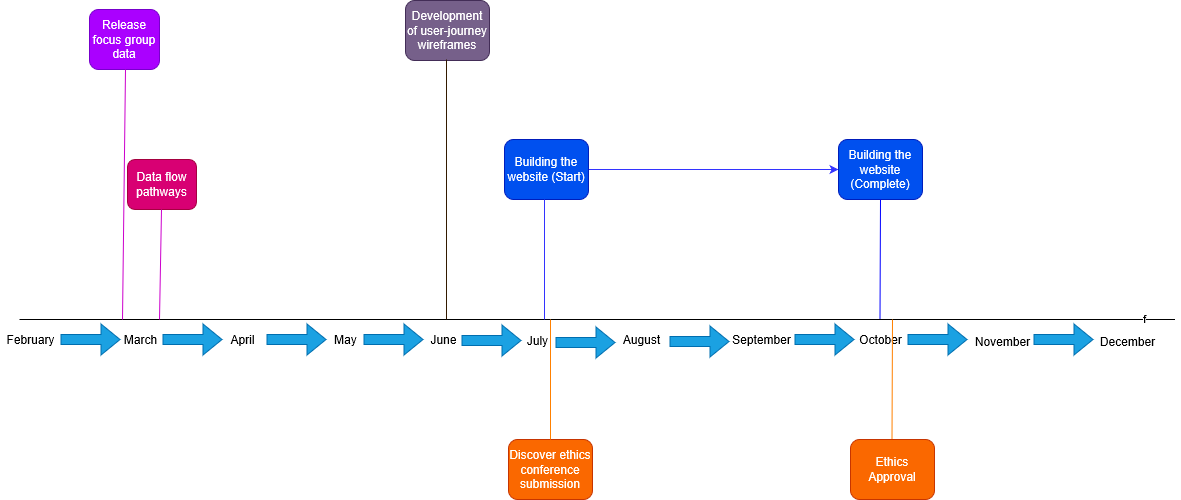
alan-turing-institute/AutisticaCitizenScience keeps this draw.io diagram as project-management/Copy of Demo Timeline.png. Above is the earlier version. Source tidied: cells renumbered, new cells last; positions are measured from the earlier drawing's top-left corner, leaving out a move shared by most shapes.
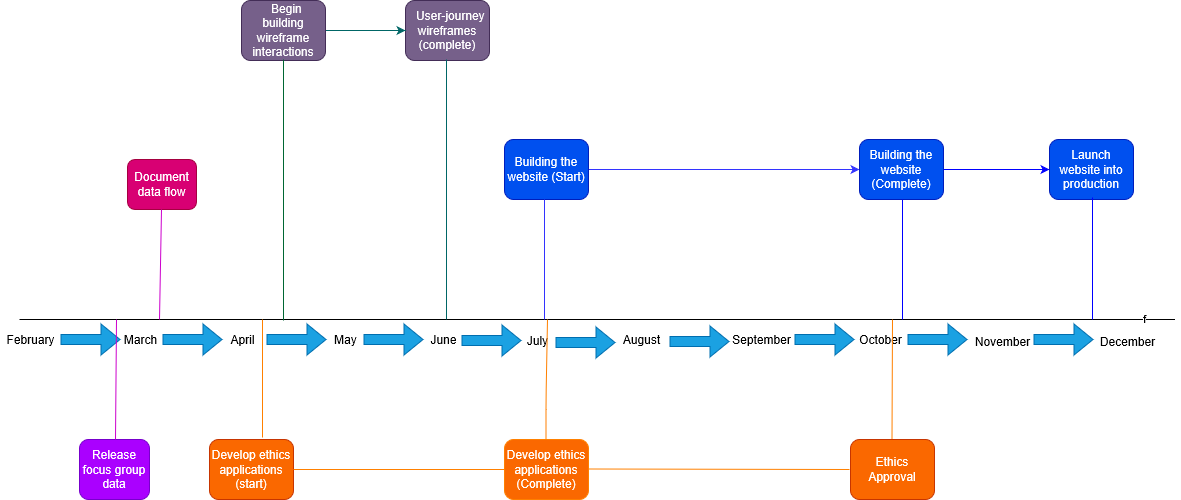
The same diagram one commit later.

Change to the diagram source:
```diff
@@ -120,15 +120,15 @@
       </mxGeometry>
     </mxCell>
     <mxCell id="24" value="Release focus group data" style="rounded=1;whiteSpace=wrap;html=1;fillColor=#aa00ff;strokeColor=#7700CC;fontColor=#ffffff;" parent="1" vertex="1">
-      <mxGeometry x="89" y="9" width="70" height="60" as="geometry" />
+      <mxGeometry x="79" y="439" width="70" height="60" as="geometry" />
     </mxCell>
     <mxCell id="25" style="endArrow=none;html=1;strokeColor=#CC00CC;" parent="1" edge="1">
       <mxGeometry relative="1" as="geometry">
-        <mxPoint x="122" y="319" as="sourcePoint" />
-        <mxPoint x="125" y="69" as="targetPoint" />
+        <mxPoint x="115" y="439" as="sourcePoint" />
+        <mxPoint x="116" y="319" as="targetPoint" />
       </mxGeometry>
     </mxCell>
-    <mxCell id="26" value="Data flow pathways" style="rounded=1;whiteSpace=wrap;html=1;fillColor=#d80073;strokeColor=#A50040;fontColor=#ffffff;" parent="1" vertex="1">
+    <mxCell id="26" value="Document data flow" style="rounded=1;whiteSpace=wrap;html=1;fillColor=#d80073;strokeColor=#A50040;fontColor=#ffffff;" parent="1" vertex="1">
       <mxGeometry x="127" y="159" width="69" height="50" as="geometry" />
     </mxCell>
     <mxCell id="27" style="endArrow=none;html=1;strokeColor=#CC00CC;" parent="1" edge="1">
@@ -137,35 +137,45 @@
         <mxPoint x="161" y="209" as="targetPoint" />
       </mxGeometry>
     </mxCell>
-    <mxCell id="28" value="Development of user-journey wireframes" style="rounded=1;whiteSpace=wrap;html=1;fillColor=#76608a;strokeColor=#432D57;fontColor=#ffffff;" parent="1" vertex="1">
+    <mxCell id="28" value="&amp;nbsp; User-journey wireframes (complete)" style="rounded=1;whiteSpace=wrap;html=1;fillColor=#76608a;strokeColor=#432D57;fontColor=#ffffff;" parent="1" vertex="1">
       <mxGeometry x="405" width="84" height="60" as="geometry" />
     </mxCell>
+    <mxCell id="39" style="edgeStyle=orthogonalEdgeStyle;rounded=0;jettySize=auto;html=1;strokeColor=#006666;" parent="1" edge="1" source="40" target="28">
+      <mxGeometry relative="1" as="geometry" />
+    </mxCell>
+    <mxCell id="40" value="&amp;nbsp; Begin building wireframe interactions" style="rounded=1;whiteSpace=wrap;html=1;fillColor=#76608a;strokeColor=#432D57;fontColor=#ffffff;" parent="1" vertex="1">
+      <mxGeometry x="241" width="84" height="60" as="geometry" />
+    </mxCell>
-    <mxCell id="29" style="endArrow=none;html=1;strokeColor=#331A00;fillColor=#d80073;" parent="1" edge="1">
+    <mxCell id="29" style="endArrow=none;html=1;strokeColor=#006666;fillColor=#d80073;" parent="1" edge="1">
       <mxGeometry relative="1" as="geometry">
         <mxPoint x="446" y="319" as="sourcePoint" />
         <mxPoint x="446" y="59" as="targetPoint" />
       </mxGeometry>
     </mxCell>
-    <mxCell id="30" value="Discover ethics conference submission" style="rounded=1;whiteSpace=wrap;html=1;fillColor=#fa6800;strokeColor=#C73500;fontColor=#ffffff;" parent="1" vertex="1">
-      <mxGeometry x="508" y="439" width="84" height="60" as="geometry" />
-    </mxCell>
+    <mxCell id="41" value="Develop ethics applications (start)" style="rounded=1;whiteSpace=wrap;html=1;fillColor=#fa6800;strokeColor=#C73500;fontColor=#ffffff;" parent="1" vertex="1">
+      <mxGeometry x="209" y="439" width="84" height="60" as="geometry" />
+    </mxCell>
+    <mxCell id="42" value="Develop ethics applications (Complete)" style="rounded=1;whiteSpace=wrap;html=1;fillColor=#fa6800;strokeColor=#FF8000;fontColor=#ffffff;" parent="1" vertex="1">
+      <mxGeometry x="504" y="439" width="84" height="60" as="geometry" />
+    </mxCell>
     <mxCell id="31" value="Ethics Approval" style="rounded=1;whiteSpace=wrap;html=1;fillColor=#fa6800;strokeColor=#C73500;fontColor=#ffffff;" parent="1" vertex="1">
       <mxGeometry x="850" y="439" width="84" height="60" as="geometry" />
     </mxCell>
-    <mxCell id="32" style="endArrow=none;html=1;strokeColor=#FF8000;exitX=0.5;exitY=0;exitDx=0;exitDy=0;" parent="1" edge="1" source="30">
-      <mxGeometry relative="1" as="geometry">
-        <mxPoint x="550" y="319" as="targetPoint" />
-      </mxGeometry>
-    </mxCell>
     <mxCell id="33" style="edgeStyle=orthogonalEdgeStyle;rounded=0;jettySize=auto;html=1;strokeColor=#3333FF;" parent="1" edge="1" source="34" target="35">
       <mxGeometry relative="1" as="geometry" />
     </mxCell>
     <mxCell id="34" value="Building the website (Start)" style="rounded=1;whiteSpace=wrap;html=1;fillColor=#0050ef;strokeColor=#001DBC;fontColor=#ffffff;" parent="1" vertex="1">
       <mxGeometry x="504" y="139" width="84" height="60" as="geometry" />
     </mxCell>
+    <mxCell id="43" style="edgeStyle=orthogonalEdgeStyle;rounded=0;jettySize=auto;html=1;strokeColor=#0000FF;" parent="1" edge="1" source="35" target="44">
+      <mxGeometry relative="1" as="geometry" />
+    </mxCell>
     <mxCell id="35" value="Building the website (Complete)" style="rounded=1;whiteSpace=wrap;html=1;fillColor=#0050ef;strokeColor=#001DBC;fontColor=#ffffff;" parent="1" vertex="1">
-      <mxGeometry x="838" y="139" width="84" height="60" as="geometry" />
+      <mxGeometry x="859" y="139" width="84" height="60" as="geometry" />
     </mxCell>
+    <mxCell id="44" value="Launch website into production" style="rounded=1;whiteSpace=wrap;html=1;fillColor=#0050ef;strokeColor=#001DBC;fontColor=#ffffff;" parent="1" vertex="1">
+      <mxGeometry x="1049" y="139" width="84" height="60" as="geometry" />
+    </mxCell>
     <mxCell id="36" style="endArrow=none;html=1;strokeColor=#3333FF;" parent="1" edge="1">
       <mxGeometry relative="1" as="geometry">
         <mxPoint x="544" y="319" as="sourcePoint" />
@@ -178,10 +188,46 @@
         <mxPoint x="892" y="319" as="targetPoint" />
       </mxGeometry>
     </mxCell>
-    <mxCell id="38" style="endArrow=none;html=1;strokeColor=#0000FF;entryX=0.5;entryY=1;entryDx=0;entryDy=0;" parent="1" edge="1" target="35">
+    <mxCell id="38" style="endArrow=none;html=1;strokeColor=#0000FF;entryX=0.5;entryY=1;entryDx=0;entryDy=0;" parent="1" edge="1">
       <mxGeometry relative="1" as="geometry">
-        <mxPoint x="879.5" y="319" as="sourcePoint" />
+        <mxPoint x="902" y="319" as="sourcePoint" />
+        <mxPoint x="902" y="199" as="targetPoint" />
       </mxGeometry>
     </mxCell>
+    <mxCell id="45" style="endArrow=none;html=1;strokeColor=#0000FF;" parent="1" edge="1">
+      <mxGeometry relative="1" as="geometry">
+        <mxPoint x="1092" y="319" as="sourcePoint" />
+        <mxPoint x="1092" y="197" as="targetPoint" />
+      </mxGeometry>
+    </mxCell>
+    <mxCell id="46" style="endArrow=none;html=1;strokeColor=#FF8000;exitX=0.631;exitY=-0.033;exitDx=0;exitDy=0;exitPerimeter=0;" parent="1" edge="1" source="41">
+      <mxGeometry relative="1" as="geometry">
+        <mxPoint x="262" y="319" as="targetPoint" />
+      </mxGeometry>
+    </mxCell>
+    <mxCell id="47" style="endArrow=none;html=1;strokeColor=#FF8000;entryX=0;entryY=0.5;entryDx=0;entryDy=0;exitX=1;exitY=0.5;exitDx=0;exitDy=0;" parent="1" edge="1" source="41" target="42">
+      <mxGeometry relative="1" as="geometry" />
+    </mxCell>
+    <mxCell id="48" style="endArrow=none;html=1;strokeColor=#006633;fillColor=#d80073;" parent="1" edge="1">
+      <mxGeometry relative="1" as="geometry">
+        <mxPoint x="283" y="320" as="sourcePoint" />
+        <mxPoint x="283" y="59" as="targetPoint" />
+      </mxGeometry>
+    </mxCell>
+    <mxCell id="49" style="endArrow=none;html=1;strokeColor=#FF8000;" parent="1" edge="1">
+      <mxGeometry relative="1" as="geometry">
+        <mxPoint x="588" y="468.5" as="sourcePoint" />
+        <mxPoint x="849" y="469" as="targetPoint" />
+      </mxGeometry>
+    </mxCell>
+    <mxCell id="50" style="endArrow=none;html=1;strokeColor=#FF8000;" parent="1" edge="1">
+      <mxGeometry relative="1" as="geometry">
+        <mxPoint x="545.5" y="439" as="sourcePoint" />
+        <mxPoint x="547" y="319" as="targetPoint" />
+        <Array as="points">
+          <mxPoint x="545.5" y="399" />
+        </Array>
+      </mxGeometry>
+    </mxCell>
   </root>
 </mxGraphModel>
```
